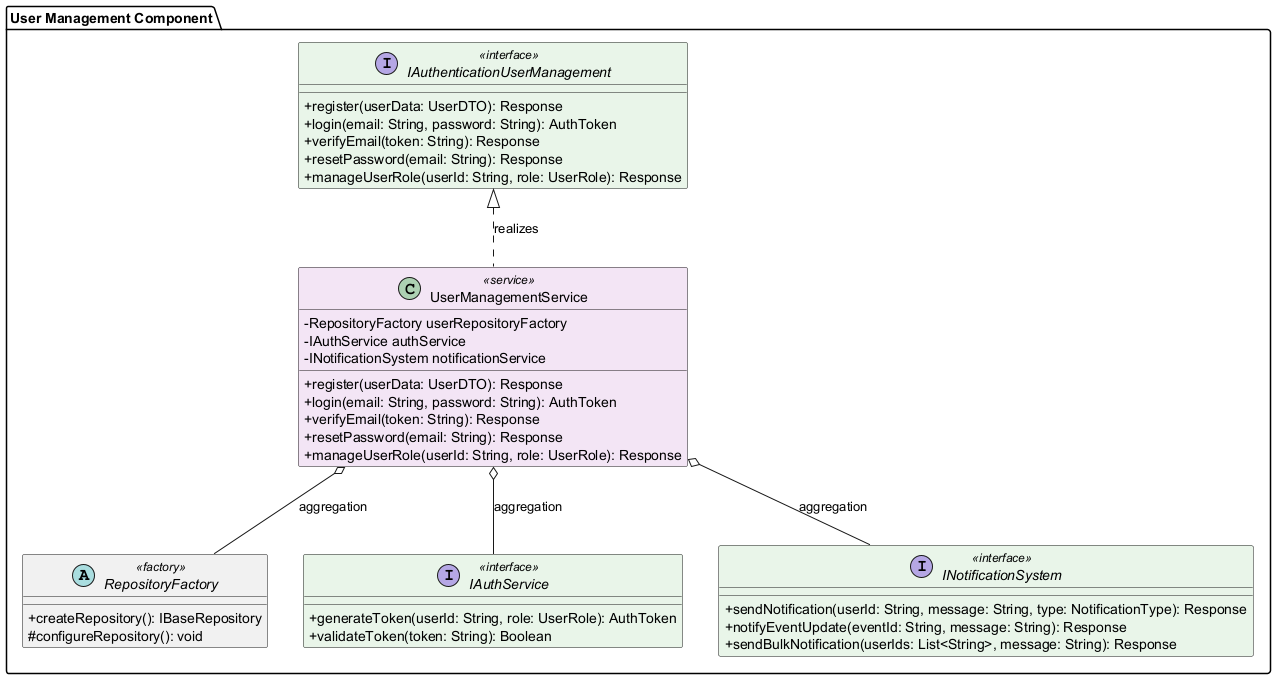
Above: Milestones/PM_3/Class Diagram/After DP/png/User_Management.png in AIU-SoftWave/AIU-Trips-And-Events (PlantUML), before the change. The source it was exported from:
```plantuml
@startuml User_Management

!define INTERFACE_COLOR #E8F5E9
!define SERVICE_COLOR #F3E5F5
!define ENTITY_COLOR #E3F2FD

skinparam classAttributeIconSize 0
skinparam class {
    BackgroundColor<<interface>> INTERFACE_COLOR
    BackgroundColor<<service>> SERVICE_COLOR
    BackgroundColor<<entity>> ENTITY_COLOR
}

package "User Management Component" {

    interface IAuthenticationUserManagement <<interface>> {
        +register(userData: UserDTO): Response
        +login(email: String, password: String): AuthToken
        +verifyEmail(token: String): Response
        +resetPassword(email: String): Response
        +manageUserRole(userId: String, role: UserRole): Response
    }

    class UserManagementService <<service>> {
        -RepositoryFactory userRepositoryFactory
        -IAuthService authService
        -INotificationSystem notificationService
        +register(userData: UserDTO): Response
        +login(email: String, password: String): AuthToken
        +verifyEmail(token: String): Response
        +resetPassword(email: String): Response
        +manageUserRole(userId: String, role: UserRole): Response
    }

    abstract class RepositoryFactory <<factory>> {
        +createRepository(): IBaseRepository
        #configureRepository(): void
    }

    interface IAuthService <<interface>> {
        +generateToken(userId: String, role: UserRole): AuthToken
        +validateToken(token: String): Boolean
    }

    interface INotificationSystem <<interface>> {
        +sendNotification(userId: String, message: String, type: NotificationType): Response
        +notifyEventUpdate(eventId: String, message: String): Response
        +sendBulkNotification(userIds: List<String>, message: String): Response
    }

    IAuthenticationUserManagement <|.. UserManagementService : realizes
    UserManagementService o-- RepositoryFactory : aggregation
    UserManagementService o-- IAuthService : aggregation
    UserManagementService o-- INotificationSystem : aggregation
    }

@enduml
```
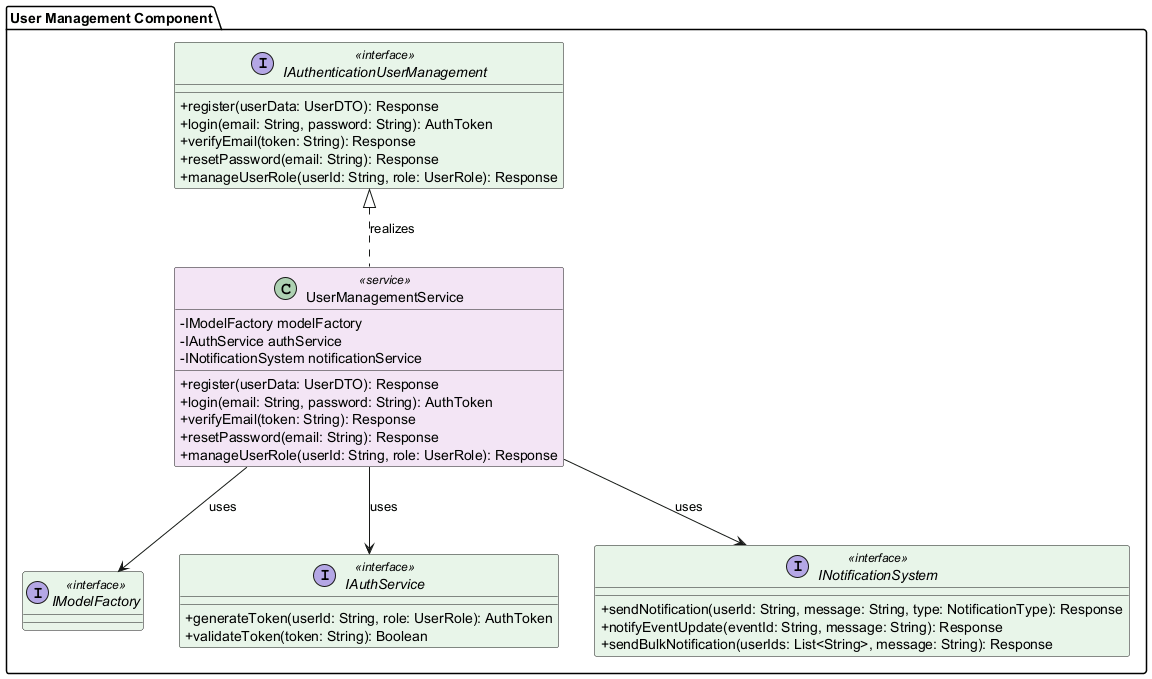
The same diagram one commit later.

Commit message:
Update class diagram images for design patterns

The edit, as a diff of the source:
```diff
@@ -21,8 +21,10 @@
         +manageUserRole(userId: String, role: UserRole): Response
     }
 
+    interface IModelFactory <<interface>>
+
     class UserManagementService <<service>> {
-        -RepositoryFactory userRepositoryFactory
+        -IModelFactory modelFactory
         -IAuthService authService
         -INotificationSystem notificationService
         +register(userData: UserDTO): Response
@@ -30,11 +32,6 @@
         +verifyEmail(token: String): Response
         +resetPassword(email: String): Response
         +manageUserRole(userId: String, role: UserRole): Response
-    }
-
-    abstract class RepositoryFactory <<factory>> {
-        +createRepository(): IBaseRepository
-        #configureRepository(): void
     }
 
     interface IAuthService <<interface>> {
@@ -49,9 +46,9 @@
     }
 
     IAuthenticationUserManagement <|.. UserManagementService : realizes
-    UserManagementService o-- RepositoryFactory : aggregation
-    UserManagementService o-- IAuthService : aggregation
-    UserManagementService o-- INotificationSystem : aggregation
+    UserManagementService --> IModelFactory : uses
+    UserManagementService --> IAuthService : uses
+    UserManagementService --> INotificationSystem : uses
     }
 
 @enduml
```
